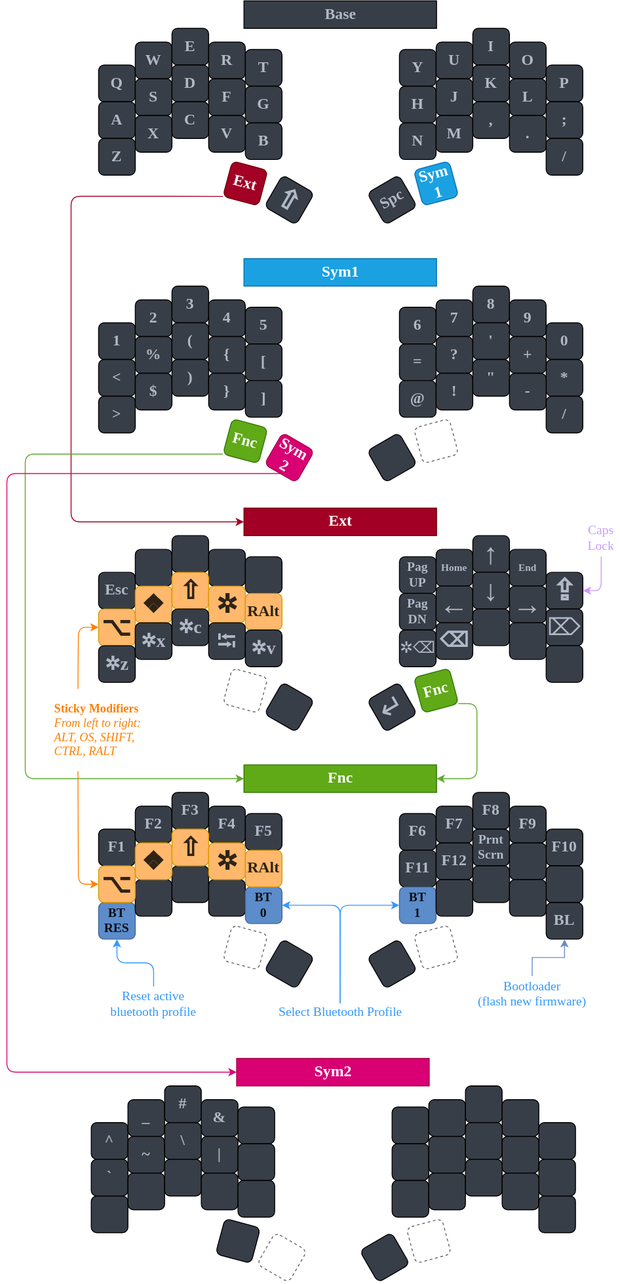
Above: .github/sweep_layout.svg in JavaCafe01/sweepcafe (draw.io), before the change. Source tidied: cells renumbered, new cells last; positions are measured from the earlier drawing's top-left corner, leaving out a move shared by most shapes.
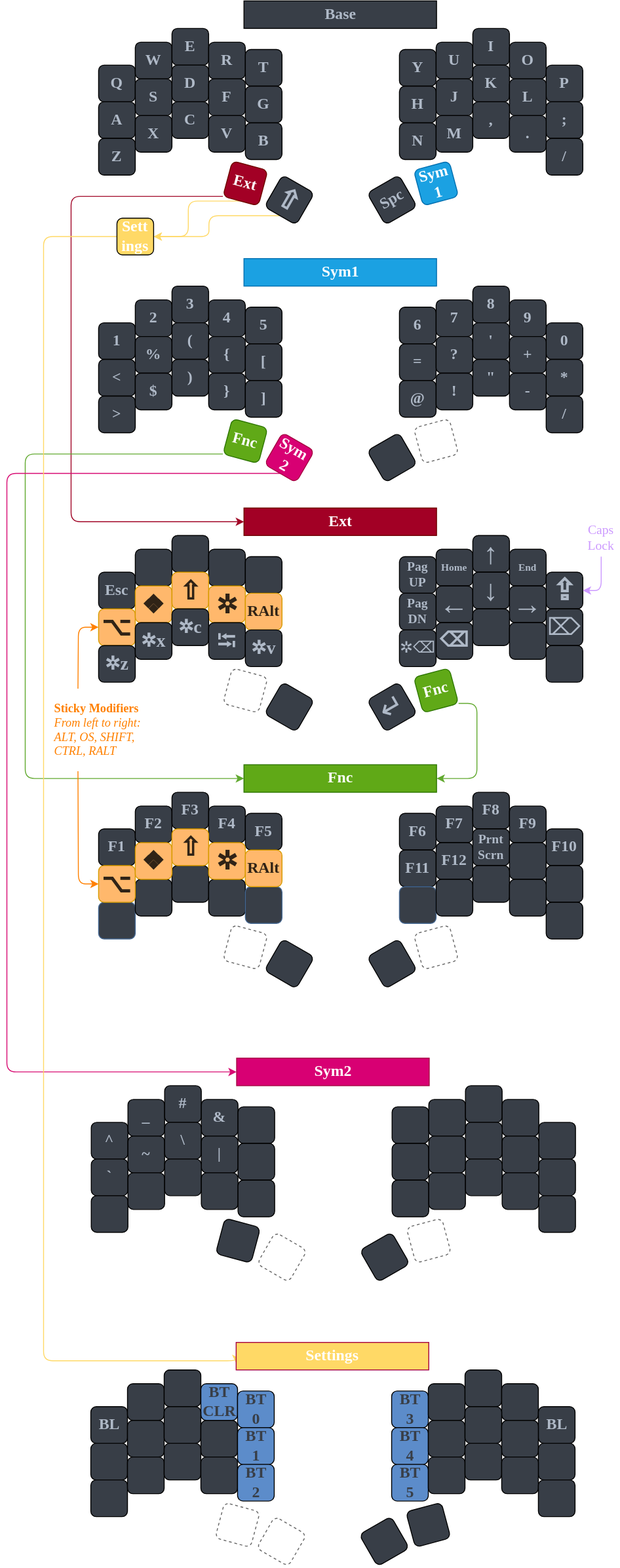
After the commit.

Diff of the diagram source:
```diff
@@ -55,9 +55,15 @@
         </Array>
       </mxGeometry>
     </mxCell>
+    <mxCell id="194" style="edgeStyle=orthogonalEdgeStyle;rounded=1;jettySize=auto;html=1;exitX=0.5;exitY=1;exitDx=0;exitDy=0;entryX=1;entryY=0.5;entryDx=0;entryDy=0;fillColor=#fff2cc;strokeColor=#FFD966;" parent="1" edge="1" source="18" target="197">
+      <mxGeometry relative="1" as="geometry" />
+    </mxCell>
     <mxCell id="18" value="Ext" style="whiteSpace=wrap;html=1;rotation=15;fontSize=17;fontFamily=Verdana;fontStyle=1;fillColor=#a20025;strokeColor=#6F0000;fontColor=#ffffff;rounded=1;" parent="1" vertex="1">
       <mxGeometry x="240" y="179" width="40" height="40" as="geometry" />
     </mxCell>
+    <mxCell id="195" style="edgeStyle=orthogonalEdgeStyle;rounded=1;jettySize=auto;html=1;exitX=0.5;exitY=1;exitDx=0;exitDy=0;entryX=1;entryY=0.5;entryDx=0;entryDy=0;strokeColor=#FFD966;" parent="1" edge="1" source="19" target="197">
+      <mxGeometry relative="1" as="geometry" />
+    </mxCell>
     <mxCell id="19" value="&lt;span style=&quot;font-family: &amp;quot;segoe ui emoji&amp;quot;, &amp;quot;apple color emoji&amp;quot;, &amp;quot;noto color emoji&amp;quot;; font-size: 30px;&quot;&gt;&lt;font style=&quot;font-size: 30px;&quot;&gt;⇧&lt;/font&gt;&lt;/span&gt;" style="whiteSpace=wrap;html=1;rotation=30;fontSize=30;fontFamily=Verdana;fontStyle=1;fontColor=#AFB9C7;fillColor=#383E47;rounded=1;" parent="1" vertex="1">
       <mxGeometry x="288" y="197" width="40" height="40" as="geometry" />
     </mxCell>
@@ -369,7 +375,7 @@
     <mxCell id="117" value="F5" style="whiteSpace=wrap;html=1;fontSize=17;fontFamily=Verdana;fontStyle=1;fontColor=#AFB9C7;fillColor=#383E47;rounded=1;" parent="1" vertex="1">
       <mxGeometry x="260" y="886" width="40" height="40" as="geometry" />
     </mxCell>
-    <mxCell id="118" value="BT&lt;br style=&quot;font-size: 14px;&quot;&gt;RES" style="whiteSpace=wrap;html=1;fontSize=14;fontFamily=Verdana;fontStyle=1;fillColor=#5C8CCA;strokeColor=#456893;fontColor=#090e14;rounded=1;" parent="1" vertex="1">
+    <mxCell id="118" style="whiteSpace=wrap;html=1;fontSize=14;fontFamily=Verdana;fontStyle=1;fillColor=#383E47;strokeColor=#456893;fontColor=#090e14;rounded=1;" parent="1" vertex="1">
       <mxGeometry x="100" y="983" width="40" height="40" as="geometry" />
     </mxCell>
     <mxCell id="119" style="whiteSpace=wrap;html=1;fontSize=17;fontFamily=Verdana;fontStyle=1;fontColor=#AFB9C7;fillColor=#383E47;rounded=1;" parent="1" vertex="1">
@@ -381,7 +387,7 @@
     <mxCell id="121" style="whiteSpace=wrap;html=1;fontSize=17;fontFamily=Verdana;fontStyle=1;fontColor=#AFB9C7;fillColor=#383E47;rounded=1;" parent="1" vertex="1">
       <mxGeometry x="220" y="958" width="40" height="40" as="geometry" />
     </mxCell>
-    <mxCell id="122" value="BT&lt;br style=&quot;font-size: 14px;&quot;&gt;0" style="whiteSpace=wrap;html=1;fontSize=14;fontFamily=Verdana;fontStyle=1;fillColor=#5C8CCA;strokeColor=#456893;fontColor=#090e14;rounded=1;" parent="1" vertex="1">
+    <mxCell id="122" style="whiteSpace=wrap;html=1;fontSize=14;fontFamily=Verdana;fontStyle=1;fillColor=#383E47;strokeColor=#456893;fontColor=#090e14;rounded=1;" parent="1" vertex="1">
       <mxGeometry x="260" y="966" width="40" height="40" as="geometry" />
     </mxCell>
     <mxCell id="123" value="F6" style="whiteSpace=wrap;html=1;fontSize=17;fontFamily=Verdana;fontStyle=1;fontColor=#AFB9C7;fillColor=#383E47;rounded=1;" parent="1" vertex="1">
@@ -414,7 +420,7 @@
     <mxCell id="132" style="whiteSpace=wrap;html=1;fontSize=17;fontFamily=Verdana;fontStyle=1;fontColor=#AFB9C7;fillColor=#383E47;rounded=1;" parent="1" vertex="1">
       <mxGeometry x="588" y="943" width="40" height="40" as="geometry" />
     </mxCell>
-    <mxCell id="133" value="BT&lt;br style=&quot;font-size: 14px;&quot;&gt;1" style="whiteSpace=wrap;html=1;fontSize=14;fontFamily=Verdana;fontStyle=1;fillColor=#5C8CCA;strokeColor=#456893;fontColor=#090e14;rounded=1;" parent="1" vertex="1">
+    <mxCell id="133" style="whiteSpace=wrap;html=1;fontSize=14;fontFamily=Verdana;fontStyle=1;fillColor=#383E47;strokeColor=#456893;fontColor=#090e14;rounded=1;gradientColor=none;" parent="1" vertex="1">
       <mxGeometry x="428" y="966" width="40" height="40" as="geometry" />
     </mxCell>
     <mxCell id="134" style="whiteSpace=wrap;html=1;fontSize=17;fontFamily=Verdana;fontStyle=1;fontColor=#AFB9C7;fillColor=#383E47;rounded=1;" parent="1" vertex="1">
@@ -426,7 +432,7 @@
     <mxCell id="136" style="whiteSpace=wrap;html=1;fontSize=17;fontFamily=Verdana;fontStyle=1;fontColor=#AFB9C7;fillColor=#383E47;rounded=1;" parent="1" vertex="1">
       <mxGeometry x="548" y="958" width="40" height="40" as="geometry" />
     </mxCell>
-    <mxCell id="137" value="BL" style="whiteSpace=wrap;html=1;fontSize=17;fontFamily=Verdana;fontStyle=1;fontColor=#AFB9C7;fillColor=#383E47;rounded=1;" parent="1" vertex="1">
+    <mxCell id="137" style="whiteSpace=wrap;html=1;fontSize=17;fontFamily=Verdana;fontStyle=1;fontColor=#AFB9C7;fillColor=#383E47;rounded=1;" parent="1" vertex="1">
       <mxGeometry x="588" y="983" width="40" height="40" as="geometry" />
     </mxCell>
     <mxCell id="138" style="whiteSpace=wrap;html=1;rotation=-30;fontSize=17;fontFamily=Verdana;fontStyle=1;fontColor=#AFB9C7;fillColor=#383E47;rounded=1;" parent="1" vertex="1">
@@ -460,24 +466,6 @@
         </Array>
       </mxGeometry>
     </mxCell>
-    <mxCell id="147" style="edgeStyle=orthogonalEdgeStyle;rounded=1;jettySize=auto;html=1;exitX=0.5;exitY=0;exitDx=0;exitDy=0;entryX=1;entryY=0.5;entryDx=0;entryDy=0;fontFamily=Verdana;fontSize=14;fontColor=#3399FF;strokeColor=#3399FF;" parent="1" edge="1" source="149" target="122">
-      <mxGeometry relative="1" as="geometry" />
-    </mxCell>
-    <mxCell id="148" style="edgeStyle=orthogonalEdgeStyle;rounded=1;jettySize=auto;html=1;exitX=0.5;exitY=0;exitDx=0;exitDy=0;entryX=0;entryY=0.5;entryDx=0;entryDy=0;fontFamily=Verdana;fontSize=14;fontColor=#3399FF;strokeColor=#3399FF;" parent="1" edge="1" source="149" target="133">
-      <mxGeometry relative="1" as="geometry" />
-    </mxCell>
-    <mxCell id="149" value="Select Bluetooth Profile" style="text;html=1;strokeColor=none;fillColor=none;align=center;verticalAlign=middle;whiteSpace=wrap;rounded=0;shadow=0;glass=0;sketch=0;fontFamily=Verdana;fontSize=14;fontColor=#3399FF;" parent="1" vertex="1">
-      <mxGeometry x="278.5" y="1093" width="169.5" height="20" as="geometry" />
-    </mxCell>
-    <mxCell id="150" style="edgeStyle=orthogonalEdgeStyle;rounded=1;jettySize=auto;html=1;entryX=0.5;entryY=1;entryDx=0;entryDy=0;fontFamily=Verdana;fontSize=14;fontColor=#3399FF;strokeColor=#3399FF;fillColor=#dae8fc;" parent="1" edge="1" source="151" target="118">
-      <mxGeometry relative="1" as="geometry" />
-    </mxCell>
-    <mxCell id="151" value="Reset active&lt;br&gt;bluetooth profile" style="text;html=1;strokeColor=none;fillColor=none;align=center;verticalAlign=middle;whiteSpace=wrap;rounded=0;shadow=0;glass=0;sketch=0;fontFamily=Verdana;fontSize=14;fontColor=#3399FF;" parent="1" vertex="1">
-      <mxGeometry x="92" y="1074.5" width="136" height="38.5" as="geometry" />
-    </mxCell>
-    <mxCell id="152" style="edgeStyle=orthogonalEdgeStyle;rounded=1;orthogonalLoop=1;jettySize=auto;html=1;exitX=0.5;exitY=1;exitDx=0;exitDy=0;fontFamily=Verdana;fontSize=14;fontColor=#3399FF;strokeColor=#FF8000;" parent="1" edge="1" source="151" target="151">
-      <mxGeometry relative="1" as="geometry" />
-    </mxCell>
     <mxCell id="153" style="edgeStyle=orthogonalEdgeStyle;rounded=1;jettySize=auto;html=1;exitX=0.5;exitY=1;exitDx=0;exitDy=0;entryX=1;entryY=0.5;entryDx=0;entryDy=0;fontFamily=Verdana;fontSize=14;fontColor=#CC99FF;strokeColor=#CC99FF;" parent="1" edge="1" source="154" target="96">
       <mxGeometry relative="1" as="geometry" />
     </mxCell>
@@ -595,11 +583,122 @@
     <mxCell id="191" style="whiteSpace=wrap;html=1;rotation=30;fontSize=17;fontFamily=Verdana;fontStyle=1;fontColor=#AFB9C7;fillColor=#383E47;rounded=1;" parent="1" vertex="1">
       <mxGeometry x="288" y="1030" width="40" height="40" as="geometry" />
     </mxCell>
-    <mxCell id="192" style="edgeStyle=orthogonalEdgeStyle;rounded=0;jettySize=auto;html=1;exitX=0.5;exitY=0;exitDx=0;exitDy=0;entryX=0.5;entryY=1;entryDx=0;entryDy=0;fillColor=#dae8fc;strokeColor=#6c8ebf;" parent="1" edge="1" source="193" target="137">
-      <mxGeometry relative="1" as="geometry" />
-    </mxCell>
-    <mxCell id="193" value="Bootloader&lt;br&gt;(flash new firmware)" style="text;html=1;strokeColor=none;fillColor=none;align=center;verticalAlign=middle;whiteSpace=wrap;rounded=0;shadow=0;glass=0;sketch=0;fontFamily=Verdana;fontSize=14;fontColor=#3399FF;" parent="1" vertex="1">
-      <mxGeometry x="488" y="1063" width="169.5" height="40" as="geometry" />
-    </mxCell>
+    <mxCell id="196" style="edgeStyle=orthogonalEdgeStyle;rounded=1;jettySize=auto;html=1;exitX=0;exitY=0.5;exitDx=0;exitDy=0;strokeColor=#FFD966;fontColor=#AFB9C7;entryX=0;entryY=0.75;entryDx=0;entryDy=0;" parent="1" edge="1" source="197" target="232">
+      <mxGeometry relative="1" as="geometry">
+        <Array as="points">
+          <mxPoint x="40" y="257" />
+          <mxPoint x="40" y="1483" />
+          <mxPoint x="250" y="1483" />
+        </Array>
+      </mxGeometry>
+    </mxCell>
+    <mxCell id="197" value="&lt;div&gt;Sett&lt;/div&gt;&lt;div&gt;ings&lt;/div&gt;" style="fontSize=17;fontFamily=Verdana;fontStyle=1;fontColor=#FFFFFF;fillColor=#FFD966;rounded=1;html=1;whiteSpace=wrap;" parent="1" vertex="1">
+      <mxGeometry x="120" y="237" width="40" height="40" as="geometry" />
+    </mxCell>
+    <mxCell id="198" value="BL" style="whiteSpace=wrap;html=1;fontSize=17;fontFamily=Verdana;fontStyle=1;fontColor=#AFB9C7;fillColor=#383E47;rounded=1;" parent="1" vertex="1">
+      <mxGeometry x="91.5" y="1533" width="40" height="40" as="geometry" />
+    </mxCell>
+    <mxCell id="199" style="whiteSpace=wrap;html=1;fontSize=17;fontFamily=Verdana;fontStyle=1;fontColor=#AFB9C7;fillColor=#383E47;rounded=1;" parent="1" vertex="1">
+      <mxGeometry x="131.5" y="1508" width="40" height="40" as="geometry" />
+    </mxCell>
+    <mxCell id="200" style="whiteSpace=wrap;html=1;fontSize=17;fontFamily=Verdana;fontStyle=1;fontColor=#AFB9C7;fillColor=#383E47;rounded=1;" parent="1" vertex="1">
+      <mxGeometry x="171.5" y="1493" width="40" height="40" as="geometry" />
+    </mxCell>
+    <mxCell id="201" value="&lt;div&gt;BT&lt;/div&gt;&lt;div&gt;CLR&lt;br&gt;&lt;/div&gt;" style="whiteSpace=wrap;html=1;fontSize=17;fontFamily=Verdana;fontStyle=1;fontColor=#383E47;fillColor=#5C8CCA;rounded=1;" parent="1" vertex="1">
+      <mxGeometry x="211.5" y="1508" width="40" height="40" as="geometry" />
+    </mxCell>
+    <mxCell id="202" value="&lt;div&gt;BT&lt;/div&gt;&lt;div&gt;0&lt;br&gt;&lt;/div&gt;" style="whiteSpace=wrap;html=1;fontSize=17;fontFamily=Verdana;fontStyle=1;fontColor=#383E47;fillColor=#5C8CCA;rounded=1;" parent="1" vertex="1">
+      <mxGeometry x="251.5" y="1516" width="40" height="40" as="geometry" />
+    </mxCell>
+    <mxCell id="203" style="whiteSpace=wrap;html=1;fontSize=17;fontFamily=Verdana;fontStyle=1;fontColor=#AFB9C7;fillColor=#383E47;rounded=1;" parent="1" vertex="1">
+      <mxGeometry x="91.5" y="1573" width="40" height="40" as="geometry" />
+    </mxCell>
+    <mxCell id="204" style="whiteSpace=wrap;html=1;fontSize=17;fontFamily=Verdana;fontStyle=1;fontColor=#AFB9C7;fillColor=#383E47;rounded=1;" parent="1" vertex="1">
+      <mxGeometry x="131.5" y="1548" width="40" height="40" as="geometry" />
+    </mxCell>
+    <mxCell id="205" style="whiteSpace=wrap;html=1;fontSize=17;fontFamily=Verdana;fontStyle=1;fontColor=#AFB9C7;fillColor=#383E47;rounded=1;" parent="1" vertex="1">
+      <mxGeometry x="171.5" y="1533" width="40" height="40" as="geometry" />
+    </mxCell>
+    <mxCell id="206" style="whiteSpace=wrap;html=1;fontSize=17;fontFamily=Verdana;fontStyle=1;fontColor=#AFB9C7;fillColor=#383E47;rounded=1;" parent="1" vertex="1">
+      <mxGeometry x="211.5" y="1548" width="40" height="40" as="geometry" />
+    </mxCell>
+    <mxCell id="207" value="&lt;div&gt;BT&lt;/div&gt;&lt;div&gt;1&lt;br&gt;&lt;/div&gt;" style="whiteSpace=wrap;html=1;fontSize=17;fontFamily=Verdana;fontStyle=1;fontColor=#383E47;fillColor=#5C8CCA;rounded=1;" parent="1" vertex="1">
+      <mxGeometry x="251.5" y="1556" width="40" height="40" as="geometry" />
+    </mxCell>
+    <mxCell id="208" style="whiteSpace=wrap;html=1;fontSize=17;fontFamily=Verdana;fontStyle=1;fontColor=#AFB9C7;fillColor=#383E47;rounded=1;" parent="1" vertex="1">
+      <mxGeometry x="91.5" y="1613" width="40" height="40" as="geometry" />
+    </mxCell>
+    <mxCell id="209" style="whiteSpace=wrap;html=1;fontSize=17;fontFamily=Verdana;fontStyle=1;fontColor=#AFB9C7;fillColor=#383E47;rounded=1;" parent="1" vertex="1">
+      <mxGeometry x="131.5" y="1588" width="40" height="40" as="geometry" />
+    </mxCell>
+    <mxCell id="210" style="whiteSpace=wrap;html=1;fontSize=17;fontFamily=Verdana;fontStyle=1;fontColor=#AFB9C7;fillColor=#383E47;rounded=1;" parent="1" vertex="1">
+      <mxGeometry x="171.5" y="1573" width="40" height="40" as="geometry" />
+    </mxCell>
+    <mxCell id="211" style="whiteSpace=wrap;html=1;fontSize=17;fontFamily=Verdana;fontStyle=1;fontColor=#AFB9C7;fillColor=#383E47;rounded=1;" parent="1" vertex="1">
+      <mxGeometry x="211.5" y="1588" width="40" height="40" as="geometry" />
+    </mxCell>
+    <mxCell id="212" value="&lt;div&gt;BT&lt;/div&gt;&lt;div&gt;2&lt;br&gt;&lt;/div&gt;" style="whiteSpace=wrap;html=1;fontSize=17;fontFamily=Verdana;fontStyle=1;fontColor=#383E47;fillColor=#5C8CCA;rounded=1;" parent="1" vertex="1">
+      <mxGeometry x="251.5" y="1596" width="40" height="40" as="geometry" />
+    </mxCell>
+    <mxCell id="213" style="whiteSpace=wrap;html=1;rotation=15;fontSize=17;fontFamily=Verdana;fontStyle=1;fontColor=#AFB9C7;fillColor=none;rounded=1;dashed=1;strokeColor=#666666;" parent="1" vertex="1">
+      <mxGeometry x="231.5" y="1642" width="40" height="40" as="geometry" />
+    </mxCell>
+    <mxCell id="214" style="whiteSpace=wrap;html=1;rotation=30;fontSize=17;fontFamily=Verdana;fontStyle=1;fontColor=#333333;fillColor=none;strokeColor=#666666;rounded=1;shadow=0;dashed=1;glass=0;sketch=0;" parent="1" vertex="1">
+      <mxGeometry x="279.5" y="1660" width="40" height="40" as="geometry" />
+    </mxCell>
+    <mxCell id="215" value="&lt;div&gt;BT&lt;/div&gt;&lt;div&gt;3&lt;br&gt;&lt;/div&gt;" style="whiteSpace=wrap;html=1;fontSize=17;fontFamily=Verdana;fontStyle=1;fontColor=#383E47;fillColor=#5C8CCA;rounded=1;" parent="1" vertex="1">
+      <mxGeometry x="419.5" y="1516" width="40" height="40" as="geometry" />
+    </mxCell>
+    <mxCell id="216" style="whiteSpace=wrap;html=1;fontSize=17;fontFamily=Verdana;fontStyle=1;fontColor=#AFB9C7;fillColor=#383E47;rounded=1;" parent="1" vertex="1">
+      <mxGeometry x="459.5" y="1508" width="40" height="40" as="geometry" />
+    </mxCell>
+    <mxCell id="217" style="whiteSpace=wrap;html=1;fontSize=17;fontFamily=Verdana;fontStyle=1;fontColor=#AFB9C7;fillColor=#383E47;rounded=1;" parent="1" vertex="1">
+      <mxGeometry x="499.5" y="1493" width="40" height="40" as="geometry" />
+    </mxCell>
+    <mxCell id="218" style="whiteSpace=wrap;html=1;fontSize=17;fontFamily=Verdana;fontStyle=1;fontColor=#AFB9C7;fillColor=#383E47;rounded=1;" parent="1" vertex="1">
+      <mxGeometry x="539.5" y="1508" width="40" height="40" as="geometry" />
+    </mxCell>
+    <mxCell id="219" value="BL" style="whiteSpace=wrap;html=1;fontSize=17;fontFamily=Verdana;fontStyle=1;fontColor=#AFB9C7;fillColor=#383E47;rounded=1;" parent="1" vertex="1">
+      <mxGeometry x="579.5" y="1533" width="40" height="40" as="geometry" />
+    </mxCell>
+    <mxCell id="220" value="&lt;div&gt;BT&lt;/div&gt;&lt;div&gt;4&lt;br&gt;&lt;/div&gt;" style="whiteSpace=wrap;html=1;fontSize=17;fontFamily=Verdana;fontStyle=1;fontColor=#383E47;fillColor=#5C8CCA;rounded=1;" parent="1" vertex="1">
+      <mxGeometry x="419.5" y="1556" width="40" height="40" as="geometry" />
+    </mxCell>
+    <mxCell id="221" style="whiteSpace=wrap;html=1;fontSize=17;fontFamily=Verdana;fontStyle=1;fontColor=#AFB9C7;fillColor=#383E47;rounded=1;" parent="1" vertex="1">
+      <mxGeometry x="459.5" y="1548" width="40" height="40" as="geometry" />
+    </mxCell>
+    <mxCell id="222" style="whiteSpace=wrap;html=1;fontSize=17;fontFamily=Verdana;fontStyle=1;fontColor=#AFB9C7;fillColor=#383E47;rounded=1;" parent="1" vertex="1">
+      <mxGeometry x="499.5" y="1533" width="40" height="40" as="geometry" />
+    </mxCell>
+    <mxCell id="223" style="whiteSpace=wrap;html=1;fontSize=17;fontFamily=Verdana;fontStyle=1;fontColor=#AFB9C7;fillColor=#383E47;rounded=1;" parent="1" vertex="1">
+      <mxGeometry x="539.5" y="1548" width="40" height="40" as="geometry" />
+    </mxCell>
+    <mxCell id="224" style="whiteSpace=wrap;html=1;fontSize=17;fontFamily=Verdana;fontStyle=1;fontColor=#AFB9C7;fillColor=#383E47;rounded=1;" parent="1" vertex="1">
+      <mxGeometry x="579.5" y="1573" width="40" height="40" as="geometry" />
+    </mxCell>
+    <mxCell id="225" value="&lt;div&gt;BT&lt;/div&gt;&lt;div&gt;5&lt;br&gt;&lt;/div&gt;" style="whiteSpace=wrap;html=1;fontSize=17;fontFamily=Verdana;fontStyle=1;fontColor=#383E47;fillColor=#5C8CCA;rounded=1;" parent="1" vertex="1">
+      <mxGeometry x="419.5" y="1596" width="40" height="40" as="geometry" />
+    </mxCell>
+    <mxCell id="226" style="whiteSpace=wrap;html=1;fontSize=17;fontFamily=Verdana;fontStyle=1;fontColor=#AFB9C7;fillColor=#383E47;rounded=1;" parent="1" vertex="1">
+      <mxGeometry x="459.5" y="1588" width="40" height="40" as="geometry" />
+    </mxCell>
+    <mxCell id="227" style="whiteSpace=wrap;html=1;fontSize=17;fontFamily=Verdana;fontStyle=1;fontColor=#AFB9C7;fillColor=#383E47;rounded=1;" parent="1" vertex="1">
+      <mxGeometry x="499.5" y="1573" width="40" height="40" as="geometry" />
+    </mxCell>
+    <mxCell id="228" style="whiteSpace=wrap;html=1;fontSize=17;fontFamily=Verdana;fontStyle=1;fontColor=#AFB9C7;fillColor=#383E47;rounded=1;" parent="1" vertex="1">
+      <mxGeometry x="539.5" y="1588" width="40" height="40" as="geometry" />
+    </mxCell>
+    <mxCell id="229" style="whiteSpace=wrap;html=1;fontSize=17;fontFamily=Verdana;fontStyle=1;fontColor=#AFB9C7;fillColor=#383E47;rounded=1;" parent="1" vertex="1">
+      <mxGeometry x="579.5" y="1613" width="40" height="40" as="geometry" />
+    </mxCell>
+    <mxCell id="230" style="whiteSpace=wrap;html=1;rotation=-30;fontSize=17;fontFamily=Verdana;fontStyle=1;fontColor=#AFB9C7;fillColor=#383E47;rounded=1;" parent="1" vertex="1">
+      <mxGeometry x="391.5" y="1660" width="40" height="40" as="geometry" />
+    </mxCell>
+    <mxCell id="231" style="whiteSpace=wrap;html=1;rotation=-15;fontSize=17;fontFamily=Verdana;fontStyle=1;fontColor=#333333;fillColor=#383E47;strokeColor=default;rounded=1;shadow=0;glass=0;sketch=0;" parent="1" vertex="1">
+      <mxGeometry x="439.5" y="1642" width="40" height="40" as="geometry" />
+    </mxCell>
+    <mxCell id="232" value="&lt;div&gt;Settings&lt;/div&gt;" style="rounded=0;whiteSpace=wrap;html=1;fontFamily=Verdana;fontSize=17;fillColor=#FFD966;strokeColor=#A50040;fontColor=#ffffff;fontStyle=1;" parent="1" vertex="1">
+      <mxGeometry x="250" y="1463" width="210" height="30" as="geometry" />
+    </mxCell>
   </root>
 </mxGraphModel>
```
